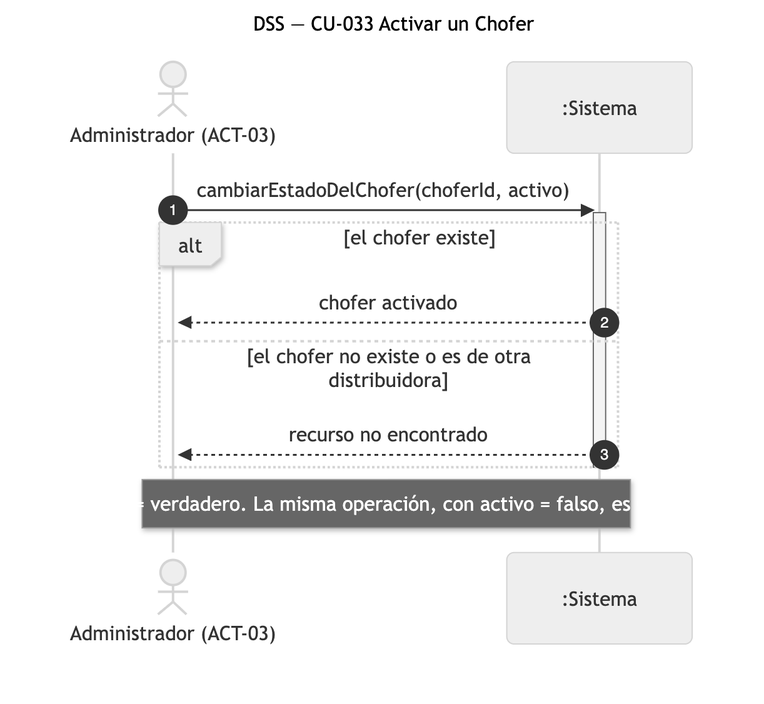
Earlier version of the Mermaid export diagramas/png/DSS_CU-033_Activar-un-Chofer.png (Nahuelito-Dev/splg-docs). Its source is kept beside it as diagramas/DSS_CU-033_Activar-un-Chofer.mmd.
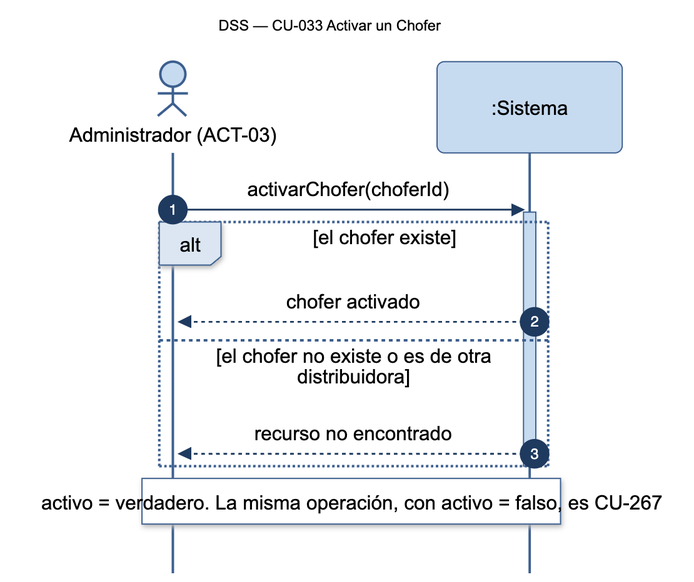
Above is the later version.

The edit, as a diff of the source:
```diff
@@ -4,7 +4,7 @@
     actor ADM as Administrador (ACT-03)
     participant SIS as :Sistema
 
-    ADM->>SIS: cambiarEstadoDelChofer(choferId, activo)
+    ADM->>SIS: activarChofer(choferId)
     activate SIS
     alt el chofer existe
         SIS-->>ADM: chofer activado
```
